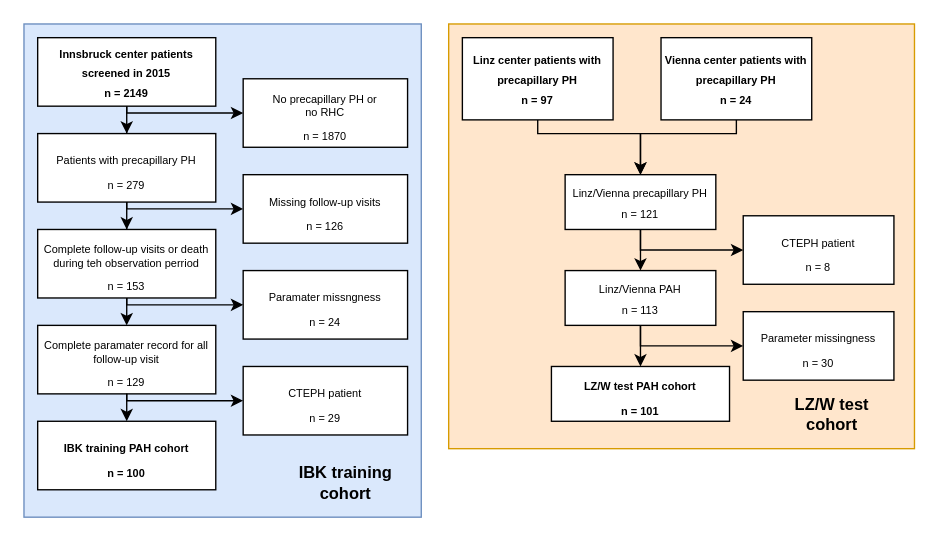
This is aux files/strobe.drawio from PiotrTymoszuk/PAH-biomarker, a draw.io file, before an edit. Source tidied: cells renumbered, new cells numbered last; positions are measured from the earlier drawing's top-left corner, leaving out a move shared by most shapes. Both pictures are drawn from the tidied source at 137%, with x=0, y=0 at pixel (23, 23).
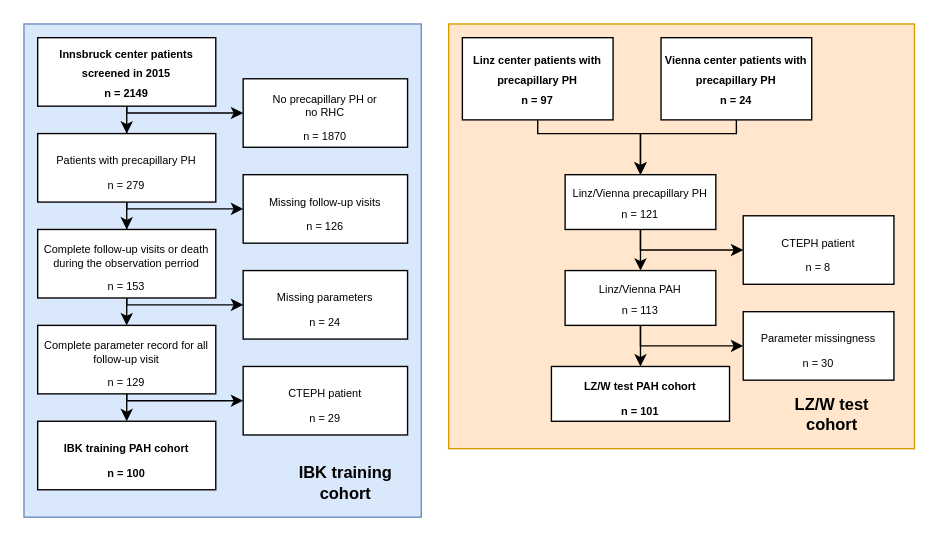
After the change.

Diff of the diagram source:
```diff
@@
-    <mxCell id="19" value="&lt;font style=&quot;font-size: 8px&quot; face=&quot;Arial, serif&quot;&gt;&lt;p lang=&quot;en-US&quot; class=&quot;western&quot; align=&quot;center&quot; style=&quot;margin-bottom: 0in&quot;&gt;Complete follow-up visits or death during teh observation perriod&lt;/p&gt;&lt;p lang=&quot;en-US&quot; class=&quot;western&quot; align=&quot;center&quot; style=&quot;margin-bottom: 0in&quot;&gt;n = 153&lt;/p&gt;&lt;/font&gt;" style="rounded=0;whiteSpace=wrap;html=1;verticalAlign=middle;spacing=0;" parent="1" vertex="1">
+    <mxCell id="19" value="&lt;font style=&quot;font-size: 8px&quot; face=&quot;Arial, serif&quot;&gt;&lt;p lang=&quot;en-US&quot; class=&quot;western&quot; align=&quot;center&quot; style=&quot;margin-bottom: 0in&quot;&gt;Complete follow-up visits or death during the observation perriod&lt;/p&gt;&lt;p lang=&quot;en-US&quot; class=&quot;western&quot; align=&quot;center&quot; style=&quot;margin-bottom: 0in&quot;&gt;n = 153&lt;/p&gt;&lt;/font&gt;" style="rounded=0;whiteSpace=wrap;html=1;verticalAlign=middle;spacing=0;" parent="1" vertex="1">
       <mxGeometry x="10" y="150" width="130" height="50" as="geometry" />
     </mxCell>
@@
-    <mxCell id="23" value="&lt;font style=&quot;font-size: 8px&quot; face=&quot;Arial, serif&quot;&gt;&lt;p lang=&quot;en-US&quot; class=&quot;western&quot; align=&quot;center&quot; style=&quot;margin-bottom: 0in&quot;&gt;Complete paramater record for all follow-up visit&lt;/p&gt;&lt;p lang=&quot;en-US&quot; class=&quot;western&quot; align=&quot;center&quot; style=&quot;margin-bottom: 0in&quot;&gt;n = 129&lt;/p&gt;&lt;/font&gt;" style="rounded=0;whiteSpace=wrap;html=1;verticalAlign=middle;spacing=0;" parent="1" vertex="1">
+    <mxCell id="23" value="&lt;font style=&quot;font-size: 8px&quot; face=&quot;Arial, serif&quot;&gt;&lt;p lang=&quot;en-US&quot; class=&quot;western&quot; align=&quot;center&quot; style=&quot;margin-bottom: 0in&quot;&gt;Complete parameter record for all follow-up visit&lt;/p&gt;&lt;p lang=&quot;en-US&quot; class=&quot;western&quot; align=&quot;center&quot; style=&quot;margin-bottom: 0in&quot;&gt;n = 129&lt;/p&gt;&lt;/font&gt;" style="rounded=0;whiteSpace=wrap;html=1;verticalAlign=middle;spacing=0;" parent="1" vertex="1">
       <mxGeometry x="10" y="220" width="130" height="50" as="geometry" />
     </mxCell>
@@
-    <mxCell id="25" value="&lt;font style=&quot;font-size: 8px&quot;&gt;&lt;p lang=&quot;en-US&quot; class=&quot;western&quot; align=&quot;center&quot; style=&quot;margin-bottom: 0in&quot;&gt;&lt;font face=&quot;Arial, serif&quot;&gt;Paramater missngness&lt;/font&gt;&lt;/p&gt;&lt;p lang=&quot;en-US&quot; class=&quot;western&quot; align=&quot;center&quot; style=&quot;margin-bottom: 0in&quot;&gt;&lt;font face=&quot;Arial, serif&quot;&gt;n = 24&lt;/font&gt;&lt;/p&gt;&lt;/font&gt;" style="rounded=0;whiteSpace=wrap;html=1;verticalAlign=middle;spacing=0;" parent="1" vertex="1">
+    <mxCell id="25" value="&lt;font style=&quot;font-size: 8px&quot;&gt;&lt;p lang=&quot;en-US&quot; class=&quot;western&quot; align=&quot;center&quot; style=&quot;margin-bottom: 0in&quot;&gt;&lt;font face=&quot;Arial, serif&quot;&gt;Missing parameters&lt;/font&gt;&lt;/p&gt;&lt;p lang=&quot;en-US&quot; class=&quot;western&quot; align=&quot;center&quot; style=&quot;margin-bottom: 0in&quot;&gt;&lt;font face=&quot;Arial, serif&quot;&gt;n = 24&lt;/font&gt;&lt;/p&gt;&lt;/font&gt;" style="rounded=0;whiteSpace=wrap;html=1;verticalAlign=middle;spacing=0;" parent="1" vertex="1">
       <mxGeometry x="160" y="180" width="120" height="50" as="geometry" />
     </mxCell>
```
